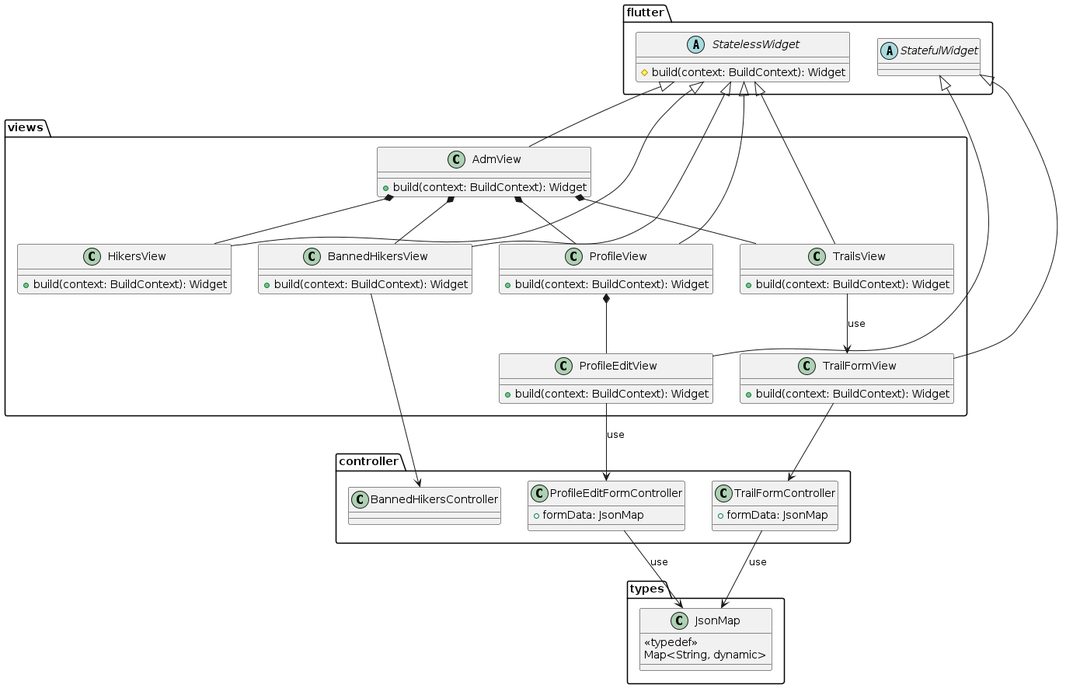
Before: docs/diagrams/out/class_diagrams/pe_na_pedra_class_diagram_8.png, a diagram exported from PlantUML (tiagors09/pe_na_pedra).
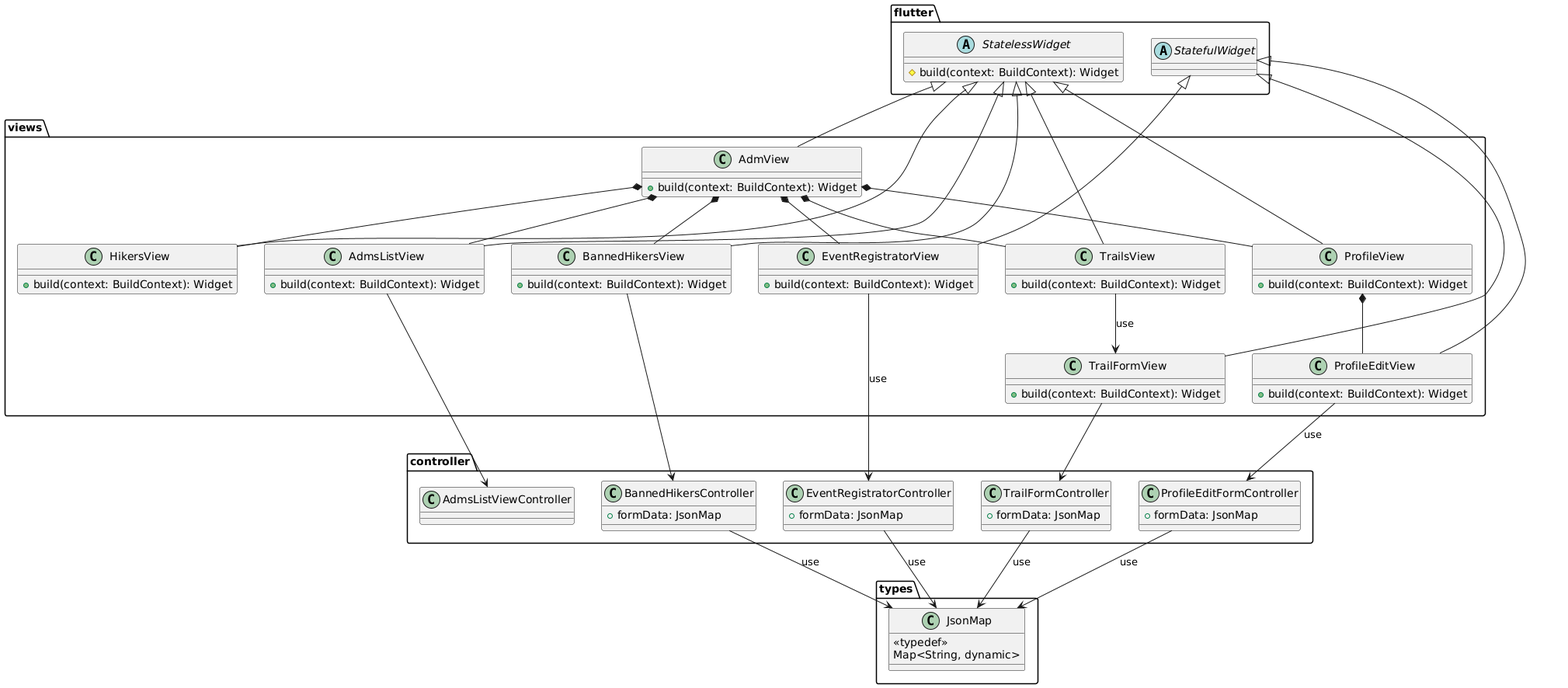
Above is the later version.

What changed in the source:
```diff
@@ -1,4 +1,4 @@
-@startuml pe_na_pedra_class_diagram_8
+@startuml
 package types {
   class JsonMap {
     <<typedef>>
@@ -23,11 +23,27 @@
     + formData: JsonMap
   }
 
-  class BannedHikersController
+  class BannedHikersController {
+    + formData: JsonMap
+  }
+
+  class EventRegistratorController {
+    + formData: JsonMap
+  }
+
+  class AdmsListViewController
 }
 
 package views {
   class AdmView {
+    + build(context: BuildContext): Widget
+  }
+
+  class AdmsListView {
+    + build(context: BuildContext): Widget
+  }
+
+  class EventRegistratorView {
     + build(context: BuildContext): Widget
   }
 
@@ -59,6 +75,8 @@
 StatelessWidget <|-- AdmView
 StatelessWidget <|-- ProfileView
 StatefulWidget <|-- ProfileEditView
+StatelessWidget <|-- AdmsListView
+StatefulWidget <|-- EventRegistratorView
 StatelessWidget <|-- TrailsView
 StatelessWidget <|-- BannedHikersView
 StatelessWidget <|-- HikersView
@@ -68,16 +86,25 @@
 AdmView *-- TrailsView
 AdmView *-- BannedHikersView
 AdmView *-- HikersView
+AdmView *-- EventRegistratorView
+AdmView *-- AdmsListView
 
 TrailsView --> TrailFormView : use
 ProfileEditView --> ProfileEditFormController : use
 
+AdmsListView --> AdmsListViewController
+
 TrailFormController --> JsonMap : use
 ProfileEditFormController --> JsonMap : use
+
+BannedHikersController --> JsonMap : use
+EventRegistratorController --> JsonMap : use
 
 BannedHikersView --> BannedHikersController
 
 TrailFormView --> TrailFormController
 
 StatefulWidget <|-- TrailFormView
+
+EventRegistratorView --> EventRegistratorController : use
 @enduml
```
